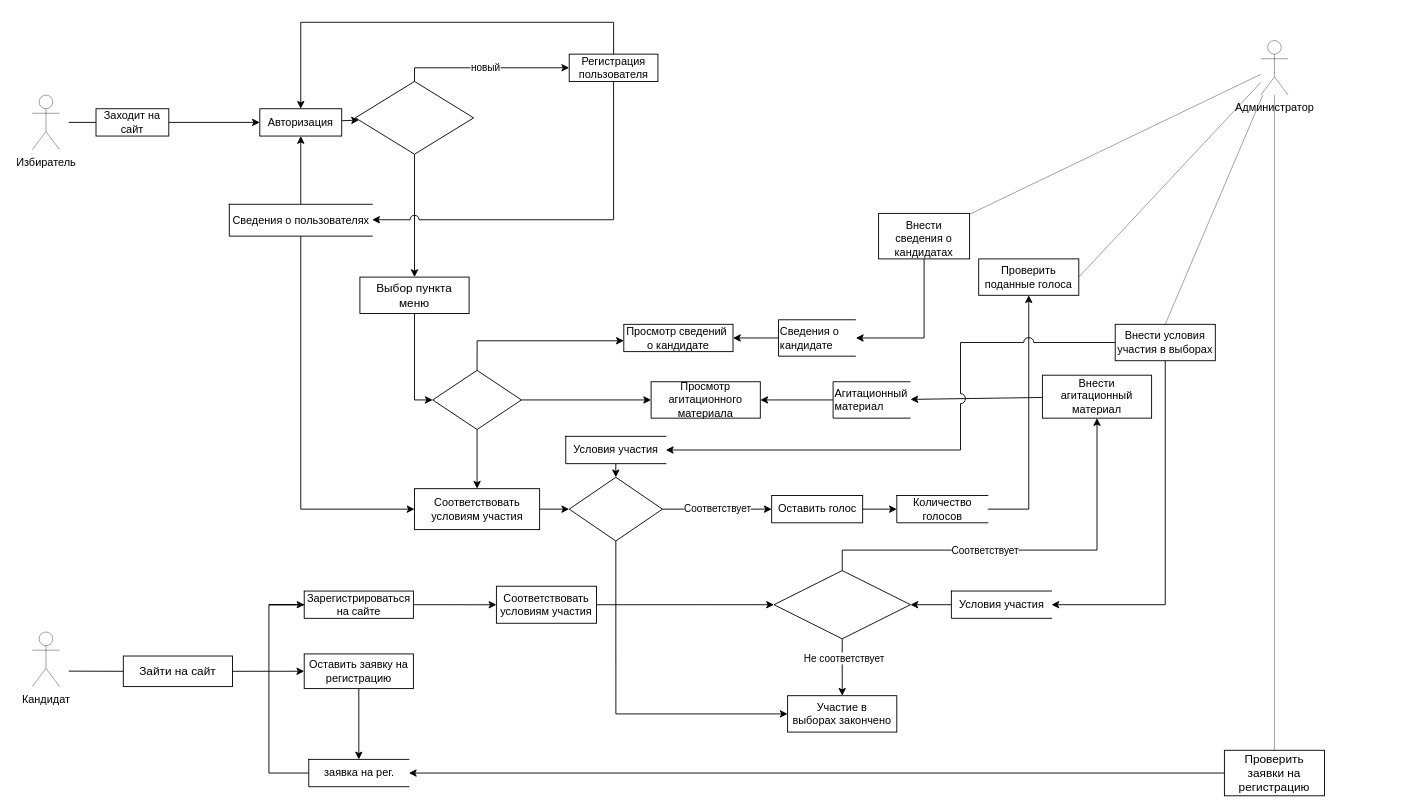
This is DFD Diagram v.2.0 .drawio from aleksey899/Inter.MixAN, a draw.io file, before an edit. Source tidied: cells renumbered, new cells numbered last; positions are measured from the earlier drawing's top-left corner, leaving out a move shared by most shapes. Both pictures are drawn from the tidied source at 91%, with x=0, y=0 at pixel (32, 22).
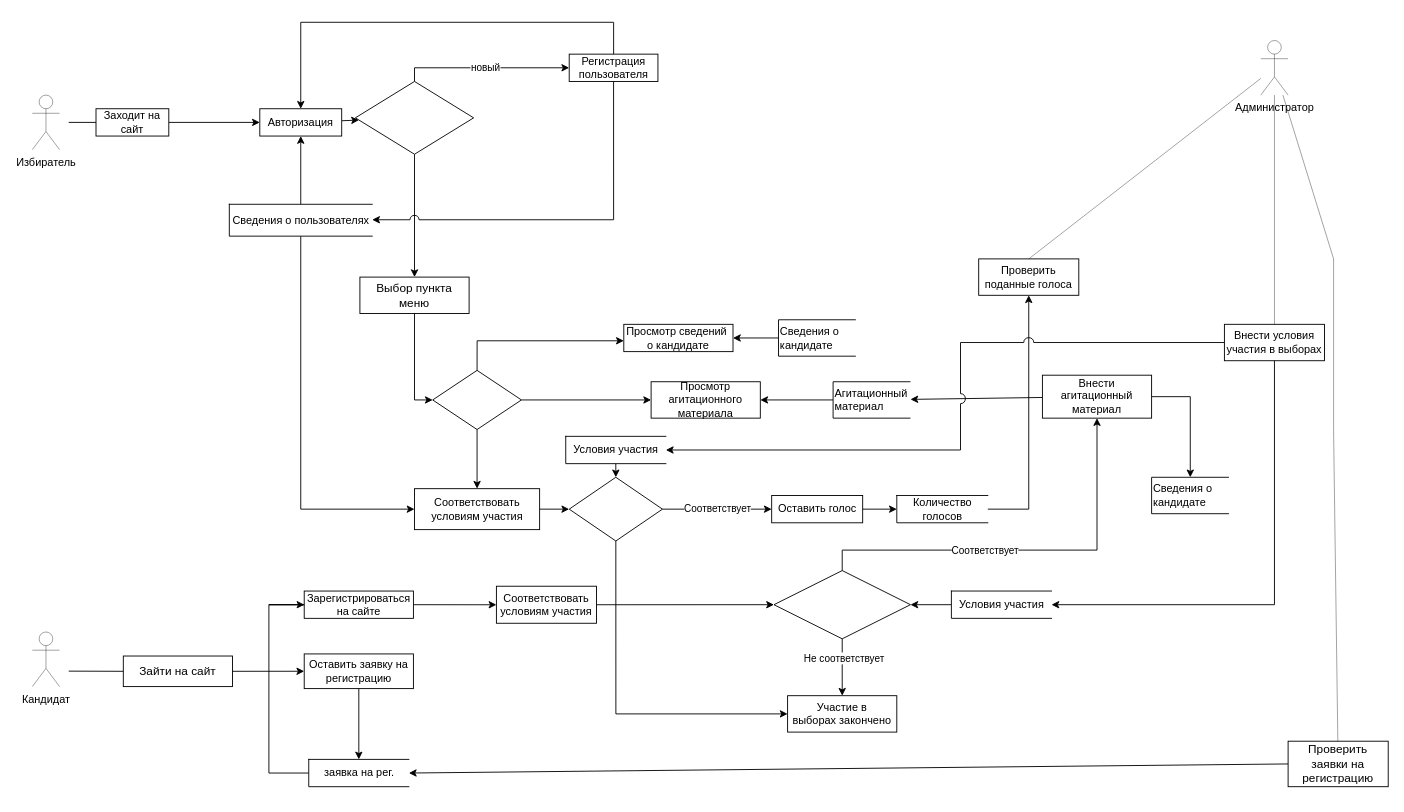
The same diagram, later.

The change refers to these unchanged cells:
```xml
<mxCell id="5" value="Администратор" style="shape=umlActor;verticalLabelPosition=bottom;verticalAlign=top;html=1;outlineConnect=0;hachureGap=4;opacity=40;" parent="1" vertex="1">
  <mxGeometry x="1350" y="20" width="30" height="60" as="geometry" />
</mxCell>
<mxCell id="16" value="Проверить поданные голоса" style="rounded=0;whiteSpace=wrap;html=1;fontSize=12;strokeWidth=1;" parent="1" vertex="1">
  <mxGeometry x="1040" y="260" width="110" height="40" as="geometry" />
</mxCell>
<mxCell id="22" value="Внести агитационный&lt;br&gt;&lt;font&gt;материал&lt;/font&gt;" style="rounded=0;whiteSpace=wrap;html=1;fontSize=12;strokeWidth=1;" parent="1" vertex="1">
  <mxGeometry x="1110" y="387.8" width="120" height="47.2" as="geometry" />
</mxCell>
<mxCell id="32" value="&lt;font style=&quot;font-size: 12px&quot;&gt;Сведения о &lt;br&gt;кандидате&lt;/font&gt;" style="strokeWidth=1;html=1;shape=mxgraph.flowchart.annotation_1;align=left;rounded=0;fontSize=11;" parent="1" vertex="1">
  <mxGeometry x="820" y="326.9" width="85" height="40" as="geometry" />
</mxCell>
<mxCell id="35" value="Условия участия" style="html=1;dashed=0;whitespace=wrap;shape=partialRectangle;right=0;" parent="1" vertex="1">
  <mxGeometry x="1010" y="625" width="110" height="30" as="geometry" />
</mxCell>
```

Diff of the diagram source:
```diff
@@
-    <mxCell id="4" style="rounded=0;jettySize=auto;html=1;endFill=0;endArrow=none;opacity=40;" parent="1" edge="1" source="5" target="36">
-      <mxGeometry relative="1" as="geometry" />
-    </mxCell>
@@
-    <mxCell id="17" style="endArrow=none;html=1;rounded=0;fontSize=11;elbow=vertical;endFill=0;entryX=1;entryY=0.5;entryDx=0;entryDy=0;opacity=40;" parent="1" edge="1" source="5" target="16">
+    <mxCell id="17" style="endArrow=none;html=1;rounded=0;fontSize=11;elbow=vertical;endFill=0;entryX=0.5;entryY=0;entryDx=0;entryDy=0;opacity=40;" parent="1" edge="1" source="5" target="16">
       <mxGeometry relative="1" as="geometry" />
     </mxCell>
@@
-    <mxCell id="36" value="Внести&lt;br&gt;сведения&amp;nbsp;&lt;font&gt;о кандидатах&lt;/font&gt;" style="whiteSpace=wrap;html=1;verticalAlign=top;hachureGap=4;" parent="1" vertex="1">
-      <mxGeometry x="930" y="210" width="100" height="50" as="geometry" />
-    </mxCell>
-    <mxCell id="37" style="endArrow=classic;html=1;rounded=0;edgeStyle=orthogonalEdgeStyle;exitX=0.5;exitY=1;exitDx=0;exitDy=0;entryX=1;entryY=0.5;entryDx=0;entryDy=0;entryPerimeter=0;jumpStyle=arc;jumpSize=13;" parent="1" edge="1" source="36" target="32">
-      <mxGeometry relative="1" as="geometry">
-        <Array as="points">
-          <mxPoint x="980" y="347" />
-        </Array>
-      </mxGeometry>
-    </mxCell>
@@
     <mxCell id="41" value="Внести условия участия в выборах" style="rounded=0;whiteSpace=wrap;html=1;fontSize=12;direction=west;" parent="1" vertex="1">
-      <mxGeometry x="1190" y="331.9" width="110" height="40" as="geometry" />
+      <mxGeometry x="1310" y="331.9" width="110" height="40" as="geometry" />
     </mxCell>
@@
     <mxCell id="47" style="endArrow=classic;html=1;rounded=0;jumpStyle=arc;jumpSize=10;edgeStyle=orthogonalEdgeStyle;exitX=0.5;exitY=0;exitDx=0;exitDy=0;entryX=1;entryY=0.5;entryDx=0;entryDy=0;" parent="1" edge="1" source="41" target="35">
       <mxGeometry relative="1" as="geometry">
         <Array as="points">
-          <mxPoint x="1245" y="640" />
+          <mxPoint x="1365" y="640" />
         </Array>
       </mxGeometry>
     </mxCell>
@@
     <mxCell id="58" value="Проверить заявки на регистрацию" style="rounded=0;whiteSpace=wrap;html=1;fontSize=13;" parent="1" vertex="1">
-      <mxGeometry x="1310" y="800" width="110" height="50" as="geometry" />
+      <mxGeometry x="1380" y="790" width="110" height="50" as="geometry" />
     </mxCell>
     <mxCell id="59" style="endArrow=none;html=1;rounded=0;fontSize=13;opacity=40;" parent="1" edge="1" source="58" target="5">
-      <mxGeometry relative="1" as="geometry" />
+      <mxGeometry relative="1" as="geometry">
+        <Array as="points">
+          <mxPoint x="1430" y="450" />
+          <mxPoint x="1430" y="260" />
+        </Array>
+      </mxGeometry>
     </mxCell>
@@
+    <mxCell id="77" value="&lt;font style=&quot;font-size: 12px&quot;&gt;Сведения о &lt;br&gt;кандидате&lt;/font&gt;" style="strokeWidth=1;html=1;shape=mxgraph.flowchart.annotation_1;align=left;rounded=0;fontSize=11;" parent="1" vertex="1">
+      <mxGeometry x="1230" y="500" width="85" height="40" as="geometry" />
+    </mxCell>
+    <mxCell id="78" style="edgeStyle=orthogonalEdgeStyle;rounded=0;jettySize=auto;html=1;endArrow=classic;endFill=1;entryX=0.5;entryY=0;entryDx=0;entryDy=0;exitX=1;exitY=0.5;exitDx=0;exitDy=0;entryPerimeter=0;" parent="1" edge="1" source="22" target="77">
+      <mxGeometry relative="1" as="geometry" />
+    </mxCell>
```
